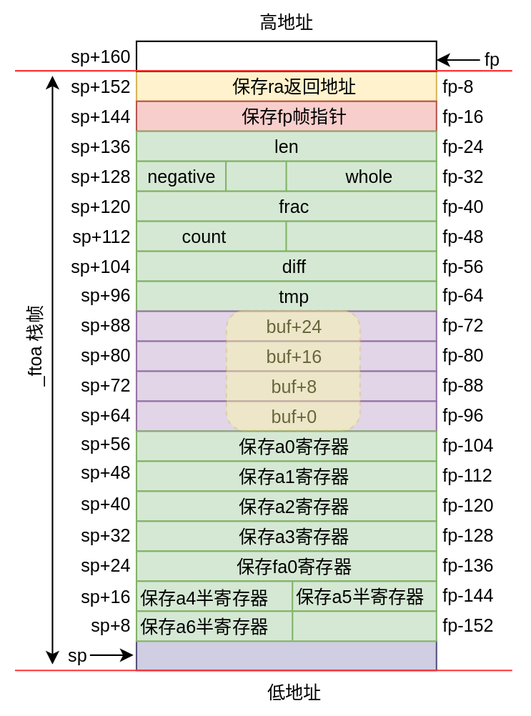
The draw.io diagram source/img/stackframe_Layout-example-2.drawio.svg in lyw19b/OS_kernel_with_loong64_doc, before a commit. Source tidied: cells renumbered, new cells last; positions are measured from the earlier drawing's top-left corner, leaving out a move shared by most shapes.
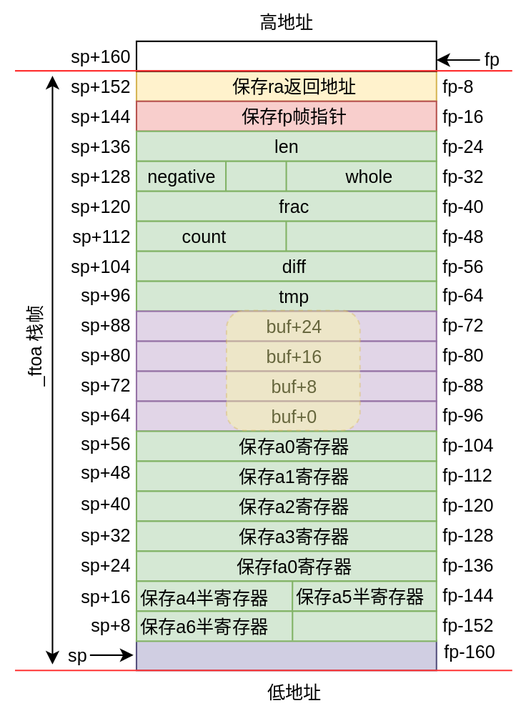
The same diagram one commit later.

Diff of the diagram source:
```diff
@@ -322,5 +322,8 @@
     <mxCell id="98" style="rounded=1;whiteSpace=wrap;html=1;fillColor=#FFFF99;dashed=1;strokeColor=#d6b656;gradientColor=none;opacity=40;" parent="1" vertex="1">
       <mxGeometry x="168" y="207" width="89" height="80" as="geometry" />
     </mxCell>
+    <mxCell id="99" value="fp-160" style="text;html=1;whiteSpace=wrap;strokeColor=none;fillColor=none;align=left;verticalAlign=middle;rounded=0;" parent="1" vertex="1">
+      <mxGeometry x="311" y="427" width="60" height="15" as="geometry" />
+    </mxCell>
   </root>
 </mxGraphModel>
```
